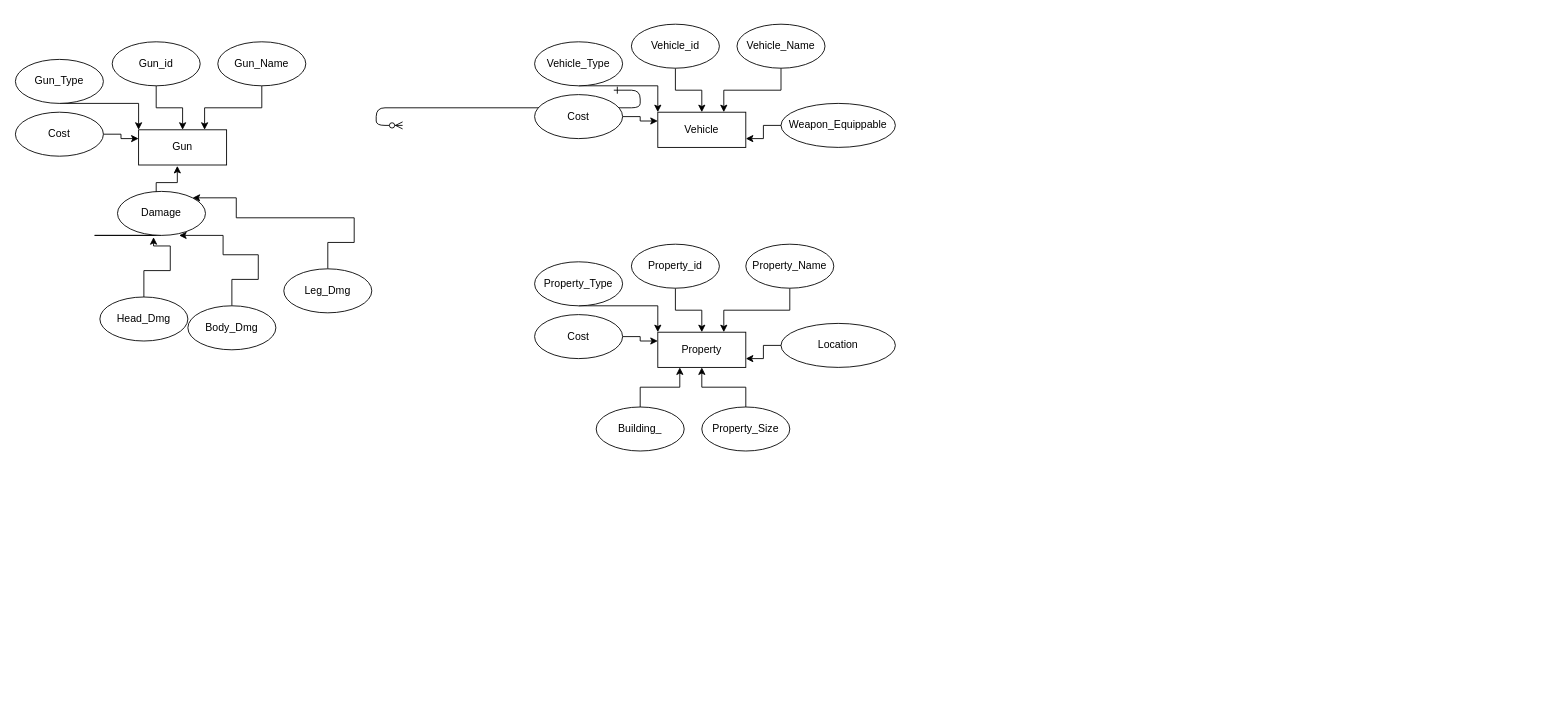
Before: Untitled Diagram.drawio in Blazeleo/GameDB, a draw.io diagram. Source tidied: cells renumbered, new cells numbered last; positions are measured from the earlier drawing's top-left corner, leaving out a move shared by most shapes. Both pictures are drawn from the tidied source at 88%, with x=0, y=0 at pixel (15, 24).
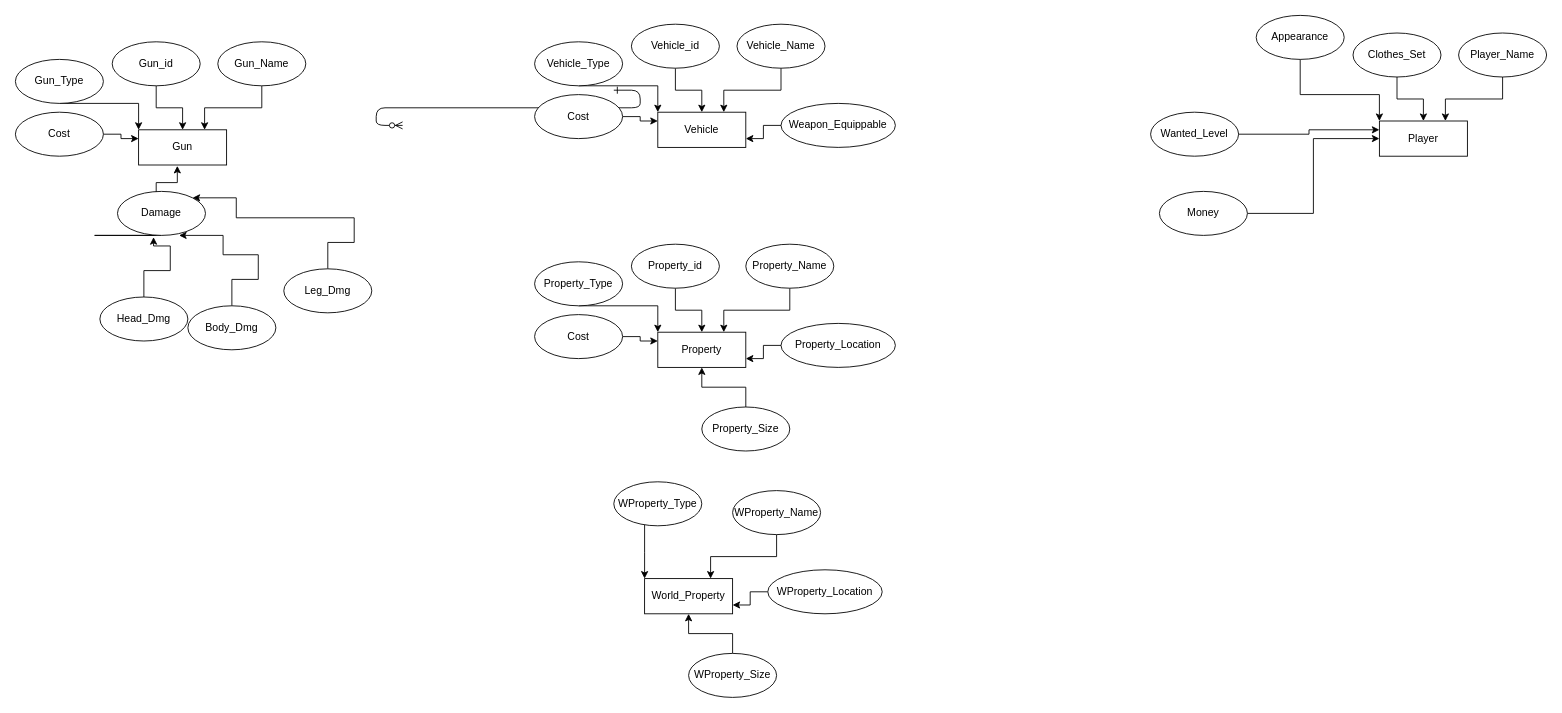
The same page after the edit.

The change refers to these unchanged cells:
```xml
<mxCell id="31" value="Property" style="whiteSpace=wrap;html=1;align=center;" parent="1" vertex="1">
  <mxGeometry x="730" y="350" width="100" height="40" as="geometry" />
</mxCell>
```

Diff of the diagram source:
```diff
@@
-    <mxCell id="41" value="Location" style="ellipse;whiteSpace=wrap;html=1;align=center;" parent="1" vertex="1">
+    <mxCell id="41" value="Property_Location" style="ellipse;whiteSpace=wrap;html=1;align=center;" parent="1" vertex="1">
       <mxGeometry x="870" y="340" width="130" height="50" as="geometry" />
     </mxCell>
@@
-    <mxCell id="44" style="edgeStyle=orthogonalEdgeStyle;rounded=0;jettySize=auto;html=1;entryX=0.25;entryY=1;entryDx=0;entryDy=0;" parent="1" edge="1" source="45" target="31">
-      <mxGeometry relative="1" as="geometry" />
-    </mxCell>
-    <mxCell id="45" value="Building_" style="ellipse;whiteSpace=wrap;html=1;align=center;" parent="1" vertex="1">
-      <mxGeometry x="660" y="435" width="100" height="50" as="geometry" />
-    </mxCell>
+    <mxCell id="46" value="World_Property" style="whiteSpace=wrap;html=1;align=center;" parent="1" vertex="1">
+      <mxGeometry x="715" y="630" width="100" height="40" as="geometry" />
+    </mxCell>
+    <mxCell id="47" style="edgeStyle=orthogonalEdgeStyle;rounded=0;jettySize=auto;html=1;entryX=0.75;entryY=0;entryDx=0;entryDy=0;" parent="1" edge="1" source="48" target="46">
+      <mxGeometry relative="1" as="geometry" />
+    </mxCell>
+    <mxCell id="48" value="WProperty_Name" style="ellipse;whiteSpace=wrap;html=1;align=center;" parent="1" vertex="1">
+      <mxGeometry x="815" y="530" width="100" height="50" as="geometry" />
+    </mxCell>
+    <mxCell id="49" style="edgeStyle=orthogonalEdgeStyle;rounded=0;jettySize=auto;html=1;entryX=0;entryY=0;entryDx=0;entryDy=0;" parent="1" edge="1" source="50" target="46">
+      <mxGeometry relative="1" as="geometry">
+        <Array as="points">
+          <mxPoint x="715" y="600" />
+        </Array>
+      </mxGeometry>
+    </mxCell>
+    <mxCell id="50" value="WProperty_Type" style="ellipse;whiteSpace=wrap;html=1;align=center;" parent="1" vertex="1">
+      <mxGeometry x="680" y="520" width="100" height="50" as="geometry" />
+    </mxCell>
+    <mxCell id="51" style="edgeStyle=orthogonalEdgeStyle;rounded=0;jettySize=auto;html=1;entryX=1;entryY=0.75;entryDx=0;entryDy=0;" parent="1" edge="1" source="52" target="46">
+      <mxGeometry relative="1" as="geometry" />
+    </mxCell>
+    <mxCell id="52" value="WProperty_Location" style="ellipse;whiteSpace=wrap;html=1;align=center;" parent="1" vertex="1">
+      <mxGeometry x="855" y="620" width="130" height="50" as="geometry" />
+    </mxCell>
+    <mxCell id="53" style="edgeStyle=orthogonalEdgeStyle;rounded=0;jettySize=auto;html=1;" parent="1" edge="1" source="54" target="46">
+      <mxGeometry relative="1" as="geometry" />
+    </mxCell>
+    <mxCell id="54" value="WProperty_Size" style="ellipse;whiteSpace=wrap;html=1;align=center;" parent="1" vertex="1">
+      <mxGeometry x="765" y="715" width="100" height="50" as="geometry" />
+    </mxCell>
+    <mxCell id="55" value="Player" style="whiteSpace=wrap;html=1;align=center;" parent="1" vertex="1">
+      <mxGeometry x="1550" y="110" width="100" height="40" as="geometry" />
+    </mxCell>
+    <mxCell id="56" style="edgeStyle=orthogonalEdgeStyle;rounded=0;jettySize=auto;html=1;" parent="1" edge="1" source="57" target="55">
+      <mxGeometry relative="1" as="geometry" />
+    </mxCell>
+    <mxCell id="57" value="Clothes_Set" style="ellipse;whiteSpace=wrap;html=1;align=center;" parent="1" vertex="1">
+      <mxGeometry x="1520" y="10" width="100" height="50" as="geometry" />
+    </mxCell>
+    <mxCell id="58" style="edgeStyle=orthogonalEdgeStyle;rounded=0;jettySize=auto;html=1;entryX=0.75;entryY=0;entryDx=0;entryDy=0;" parent="1" edge="1" source="59" target="55">
+      <mxGeometry relative="1" as="geometry" />
+    </mxCell>
+    <mxCell id="59" value="Player_Name" style="ellipse;whiteSpace=wrap;html=1;align=center;" parent="1" vertex="1">
+      <mxGeometry x="1640" y="10" width="100" height="50" as="geometry" />
+    </mxCell>
+    <mxCell id="60" style="edgeStyle=orthogonalEdgeStyle;rounded=0;jettySize=auto;html=1;entryX=0;entryY=0;entryDx=0;entryDy=0;" parent="1" edge="1" source="61" target="55">
+      <mxGeometry relative="1" as="geometry">
+        <Array as="points">
+          <mxPoint x="1550" y="80" />
+        </Array>
+      </mxGeometry>
+    </mxCell>
+    <mxCell id="61" value="Appearance" style="ellipse;whiteSpace=wrap;html=1;align=center;" parent="1" vertex="1">
+      <mxGeometry x="1410" y="-10" width="100" height="50" as="geometry" />
+    </mxCell>
+    <mxCell id="62" style="edgeStyle=orthogonalEdgeStyle;rounded=0;jettySize=auto;html=1;entryX=0;entryY=0.25;entryDx=0;entryDy=0;" parent="1" edge="1" source="63" target="55">
+      <mxGeometry relative="1" as="geometry" />
+    </mxCell>
+    <mxCell id="63" value="Wanted_Level" style="ellipse;whiteSpace=wrap;html=1;align=center;" parent="1" vertex="1">
+      <mxGeometry x="1290" y="100" width="100" height="50" as="geometry" />
+    </mxCell>
+    <mxCell id="64" style="edgeStyle=orthogonalEdgeStyle;rounded=0;jettySize=auto;html=1;entryX=0;entryY=0.5;entryDx=0;entryDy=0;" parent="1" edge="1" source="65" target="55">
+      <mxGeometry relative="1" as="geometry" />
+    </mxCell>
+    <mxCell id="65" value="Money" style="ellipse;whiteSpace=wrap;html=1;align=center;" parent="1" vertex="1">
+      <mxGeometry x="1300" y="190" width="100" height="50" as="geometry" />
+    </mxCell>
```
